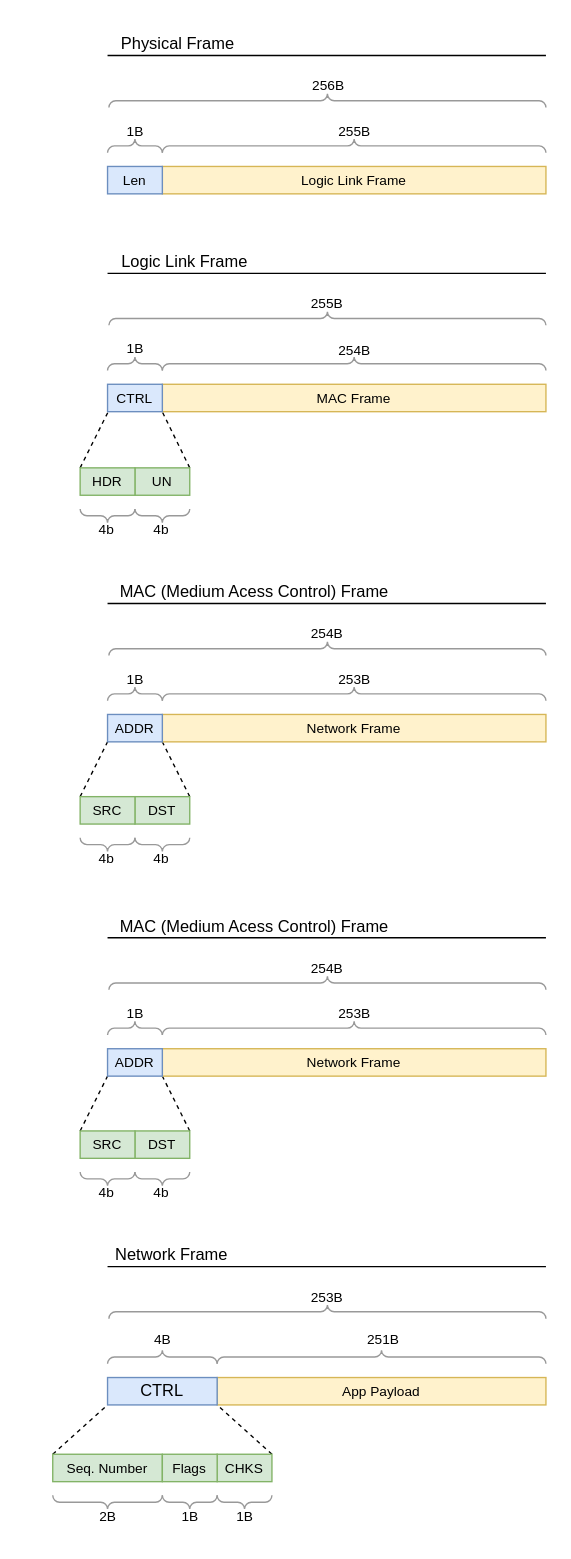
Before: page "Frames" (1 of 2) of Spec/LoRa.drawio in Ner027/MooFeeder, a draw.io diagram. Source tidied: cells renumbered, new cells numbered last; positions are measured from the earlier drawing's top-left corner, leaving out a move shared by most shapes. Both pictures are drawn from the tidied source at 137%, with x=0, y=0 at pixel (30, 23).
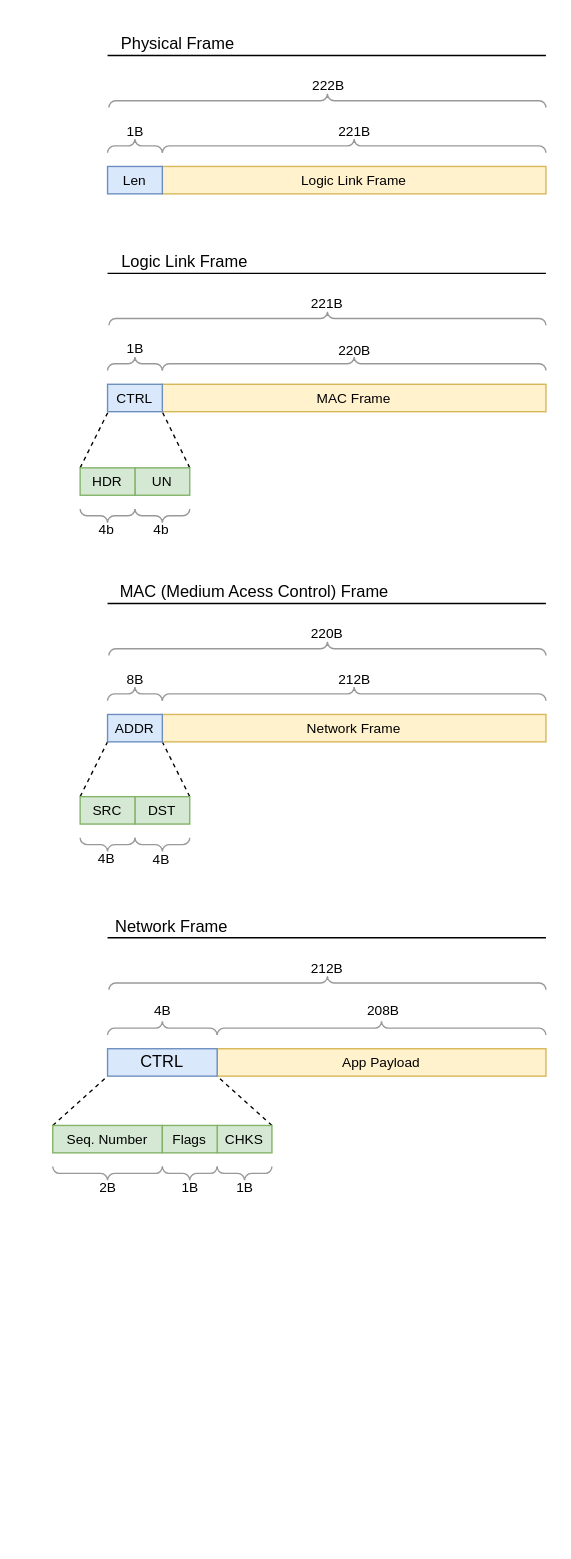
After the change.

What changed in the source:
```diff
@@
     <mxCell id="3" style="endArrow=none;dashed=1;html=1;rounded=0;entryX=0;entryY=1;entryDx=0;entryDy=0;" parent="1" edge="1" target="69">
       <mxGeometry relative="1" as="geometry">
-        <mxPoint x="16" y="1044" as="sourcePoint" />
+        <mxPoint x="16" y="804" as="sourcePoint" />
       </mxGeometry>
     </mxCell>
@@
-    <mxCell id="12" value="&lt;font style=&quot;font-size: 10px;&quot;&gt;256B&lt;/font&gt;" style="text;html=1;align=center;verticalAlign=middle;strokeColor=none;fillColor=none;" parent="1" vertex="1">
+    <mxCell id="12" value="&lt;font style=&quot;font-size: 10px;&quot;&gt;222B&lt;/font&gt;" style="text;html=1;align=center;verticalAlign=middle;strokeColor=none;fillColor=none;" parent="1" vertex="1">
       <mxGeometry x="192" y="30" width="50" height="30" as="geometry" />
     </mxCell>
@@
-    <mxCell id="14" value="&lt;blockquote style=&quot;margin: 0 0 0 40px; border: none; padding: 0px;&quot;&gt;&lt;span style=&quot;font-size: 10px;&quot;&gt;255B&lt;/span&gt;&lt;/blockquote&gt;" style="text;html=1;align=center;verticalAlign=middle;strokeColor=none;fillColor=none;" parent="1" vertex="1">
+    <mxCell id="14" value="&lt;blockquote style=&quot;margin: 0 0 0 40px; border: none; padding: 0px;&quot;&gt;&lt;span style=&quot;font-size: 10px;&quot;&gt;221B&lt;/span&gt;&lt;/blockquote&gt;" style="text;html=1;align=center;verticalAlign=middle;strokeColor=none;fillColor=none;" parent="1" vertex="1">
       <mxGeometry x="171" y="63" width="90" height="30" as="geometry" />
     </mxCell>
@@
-    <mxCell id="22" value="&lt;font style=&quot;font-size: 10px;&quot;&gt;255B&lt;/font&gt;" style="text;html=1;align=center;verticalAlign=middle;strokeColor=none;fillColor=none;" parent="1" vertex="1">
+    <mxCell id="22" value="&lt;font style=&quot;font-size: 10px;&quot;&gt;221B&lt;/font&gt;" style="text;html=1;align=center;verticalAlign=middle;strokeColor=none;fillColor=none;" parent="1" vertex="1">
       <mxGeometry x="191" y="189" width="50" height="30" as="geometry" />
     </mxCell>
@@
-    <mxCell id="32" value="&lt;font style=&quot;font-size: 10px;&quot;&gt;254B&lt;/font&gt;" style="text;html=1;align=center;verticalAlign=middle;strokeColor=none;fillColor=none;" parent="1" vertex="1">
+    <mxCell id="32" value="&lt;font style=&quot;font-size: 10px;&quot;&gt;220B&lt;/font&gt;" style="text;html=1;align=center;verticalAlign=middle;strokeColor=none;fillColor=none;" parent="1" vertex="1">
       <mxGeometry x="211" y="223" width="50" height="30" as="geometry" />
     </mxCell>
@@
-    <mxCell id="38" value="&lt;font style=&quot;font-size: 10px;&quot;&gt;254B&lt;/font&gt;" style="text;html=1;align=center;verticalAlign=middle;strokeColor=none;fillColor=none;" parent="1" vertex="1">
+    <mxCell id="38" value="&lt;font style=&quot;font-size: 10px;&quot;&gt;220B&lt;/font&gt;" style="text;html=1;align=center;verticalAlign=middle;strokeColor=none;fillColor=none;" parent="1" vertex="1">
       <mxGeometry x="191" y="430" width="50" height="30" as="geometry" />
     </mxCell>
@@
-    <mxCell id="42" value="&lt;font style=&quot;font-size: 10px;&quot;&gt;253B&lt;/font&gt;" style="text;html=1;align=center;verticalAlign=middle;strokeColor=none;fillColor=none;" parent="1" vertex="1">
+    <mxCell id="42" value="&lt;font style=&quot;font-size: 10px;&quot;&gt;212B&lt;/font&gt;" style="text;html=1;align=center;verticalAlign=middle;strokeColor=none;fillColor=none;" parent="1" vertex="1">
       <mxGeometry x="211" y="463" width="50" height="30" as="geometry" />
     </mxCell>
-    <mxCell id="43" value="&lt;font style=&quot;font-size: 10px;&quot;&gt;1B&lt;/font&gt;" style="text;html=1;align=center;verticalAlign=middle;strokeColor=none;fillColor=none;" parent="1" vertex="1">
+    <mxCell id="43" value="&lt;font style=&quot;font-size: 10px;&quot;&gt;8B&lt;/font&gt;" style="text;html=1;align=center;verticalAlign=middle;strokeColor=none;fillColor=none;" parent="1" vertex="1">
       <mxGeometry x="56" y="463" width="40" height="30" as="geometry" />
     </mxCell>
@@
-    <mxCell id="48" value="&lt;blockquote style=&quot;margin: 0 0 0 40px; border: none; padding: 0px;&quot;&gt;&lt;span style=&quot;font-size: 10px;&quot;&gt;4b&lt;/span&gt;&lt;/blockquote&gt;" style="text;html=1;align=center;verticalAlign=middle;strokeColor=none;fillColor=none;" parent="1" vertex="1">
-      <mxGeometry y="594" width="70" height="30" as="geometry" />
+    <mxCell id="48" value="&lt;blockquote style=&quot;margin: 0 0 0 40px; border: none; padding: 0px;&quot;&gt;&lt;span style=&quot;font-size: 10px;&quot;&gt;4B&lt;/span&gt;&lt;/blockquote&gt;" style="text;html=1;align=center;verticalAlign=middle;strokeColor=none;fillColor=none;" parent="1" vertex="1">
+      <mxGeometry x="-5" y="594" width="80" height="30" as="geometry" />
     </mxCell>
-    <mxCell id="49" value="&lt;blockquote style=&quot;margin: 0 0 0 40px; border: none; padding: 0px;&quot;&gt;&lt;span style=&quot;font-size: 10px;&quot;&gt;4b&lt;/span&gt;&lt;/blockquote&gt;" style="text;html=1;align=center;verticalAlign=middle;strokeColor=none;fillColor=none;" parent="1" vertex="1">
-      <mxGeometry x="40" y="594" width="70" height="30" as="geometry" />
-    </mxCell>
-    <mxCell id="50" style="endArrow=none;dashed=1;html=1;rounded=0;exitX=0;exitY=0;exitDx=0;exitDy=0;" parent="1" edge="1" source="63">
-      <mxGeometry relative="1" as="geometry">
-        <mxPoint x="57" y="766" as="targetPoint" />
-      </mxGeometry>
-    </mxCell>
-    <mxCell id="51" style="endArrow=none;dashed=1;html=1;rounded=0;entryX=0.987;entryY=0.955;entryDx=0;entryDy=0;exitX=1;exitY=0;exitDx=0;exitDy=0;entryPerimeter=0;" parent="1" edge="1" source="62">
-      <mxGeometry relative="1" as="geometry">
-        <mxPoint x="95" y="766" as="targetPoint" />
-      </mxGeometry>
-    </mxCell>
-    <mxCell id="52" value="&lt;font style=&quot;font-size: 10px;&quot;&gt;Network Frame&lt;/font&gt;" style="rounded=0;whiteSpace=wrap;html=1;fillColor=#fff2cc;strokeColor=#d6b656;" parent="1" vertex="1">
-      <mxGeometry x="96" y="748" width="280" height="20" as="geometry" />
-    </mxCell>
-    <mxCell id="53" value="&lt;font style=&quot;font-size: 10px;&quot;&gt;ADDR&lt;/font&gt;" style="rounded=0;whiteSpace=wrap;html=1;fillColor=#dae8fc;strokeColor=#6c8ebf;" parent="1" vertex="1">
-      <mxGeometry x="56" y="748" width="40" height="20" as="geometry" />
-    </mxCell>
-    <mxCell id="54" style="verticalLabelPosition=bottom;shadow=0;dashed=0;align=center;html=1;verticalAlign=top;strokeWidth=1;shape=mxgraph.mockup.markup.curlyBrace;whiteSpace=wrap;strokeColor=#999999;" parent="1" vertex="1">
-      <mxGeometry x="56" y="723" width="40" height="20" as="geometry" />
-    </mxCell>
-    <mxCell id="55" style="verticalLabelPosition=bottom;shadow=0;dashed=0;align=center;html=1;verticalAlign=top;strokeWidth=1;shape=mxgraph.mockup.markup.curlyBrace;whiteSpace=wrap;strokeColor=#999999;" parent="1" vertex="1">
-      <mxGeometry x="96" y="728" width="280" height="10" as="geometry" />
-    </mxCell>
-    <mxCell id="56" value="&lt;font style=&quot;font-size: 10px;&quot;&gt;254B&lt;/font&gt;" style="text;html=1;align=center;verticalAlign=middle;strokeColor=none;fillColor=none;" parent="1" vertex="1">
-      <mxGeometry x="191" y="674" width="50" height="30" as="geometry" />
-    </mxCell>
-    <mxCell id="57" style="endArrow=none;html=1;rounded=0;" parent="1" edge="1">
-      <mxGeometry relative="1" as="geometry">
-        <mxPoint x="56" y="667" as="sourcePoint" />
-        <mxPoint x="376" y="667" as="targetPoint" />
-      </mxGeometry>
-    </mxCell>
-    <mxCell id="58" value="&amp;nbsp;MAC (Medium Acess Control) Frame" style="text;html=1;align=left;verticalAlign=middle;strokeColor=none;fillColor=none;" parent="1" vertex="1">
-      <mxGeometry x="60" y="644" width="220" height="30" as="geometry" />
-    </mxCell>
-    <mxCell id="59" style="verticalLabelPosition=bottom;shadow=0;dashed=0;align=center;html=1;verticalAlign=top;strokeWidth=1;shape=mxgraph.mockup.markup.curlyBrace;whiteSpace=wrap;strokeColor=#999999;" parent="1" vertex="1">
-      <mxGeometry x="57" y="695" width="319" height="10" as="geometry" />
-    </mxCell>
-    <mxCell id="60" value="&lt;font style=&quot;font-size: 10px;&quot;&gt;253B&lt;/font&gt;" style="text;html=1;align=center;verticalAlign=middle;strokeColor=none;fillColor=none;" parent="1" vertex="1">
-      <mxGeometry x="211" y="707" width="50" height="30" as="geometry" />
-    </mxCell>
-    <mxCell id="61" value="&lt;font style=&quot;font-size: 10px;&quot;&gt;1B&lt;/font&gt;" style="text;html=1;align=center;verticalAlign=middle;strokeColor=none;fillColor=none;" parent="1" vertex="1">
-      <mxGeometry x="56" y="707" width="40" height="30" as="geometry" />
-    </mxCell>
-    <mxCell id="62" value="&lt;font style=&quot;font-size: 10px;&quot;&gt;DST&lt;/font&gt;" style="rounded=0;whiteSpace=wrap;html=1;fillColor=#d5e8d4;strokeColor=#82b366;" parent="1" vertex="1">
-      <mxGeometry x="76" y="808" width="40" height="20" as="geometry" />
-    </mxCell>
-    <mxCell id="63" value="&lt;font style=&quot;font-size: 10px;&quot;&gt;SRC&lt;/font&gt;" style="rounded=0;whiteSpace=wrap;html=1;fillColor=#d5e8d4;strokeColor=#82b366;" parent="1" vertex="1">
-      <mxGeometry x="36" y="808" width="40" height="20" as="geometry" />
-    </mxCell>
-    <mxCell id="64" style="verticalLabelPosition=bottom;shadow=0;dashed=0;align=center;html=1;verticalAlign=top;strokeWidth=1;shape=mxgraph.mockup.markup.curlyBrace;whiteSpace=wrap;strokeColor=#999999;rotation=-180;" parent="1" vertex="1">
-      <mxGeometry x="36" y="833" width="40" height="20" as="geometry" />
-    </mxCell>
-    <mxCell id="65" style="verticalLabelPosition=bottom;shadow=0;dashed=0;align=center;html=1;verticalAlign=top;strokeWidth=1;shape=mxgraph.mockup.markup.curlyBrace;whiteSpace=wrap;strokeColor=#999999;rotation=-180;" parent="1" vertex="1">
-      <mxGeometry x="76" y="834" width="40" height="18" as="geometry" />
-    </mxCell>
-    <mxCell id="66" value="&lt;blockquote style=&quot;margin: 0 0 0 40px; border: none; padding: 0px;&quot;&gt;&lt;span style=&quot;font-size: 10px;&quot;&gt;4b&lt;/span&gt;&lt;/blockquote&gt;" style="text;html=1;align=center;verticalAlign=middle;strokeColor=none;fillColor=none;" parent="1" vertex="1">
-      <mxGeometry y="838" width="70" height="30" as="geometry" />
-    </mxCell>
-    <mxCell id="67" value="&lt;blockquote style=&quot;margin: 0 0 0 40px; border: none; padding: 0px;&quot;&gt;&lt;span style=&quot;font-size: 10px;&quot;&gt;4b&lt;/span&gt;&lt;/blockquote&gt;" style="text;html=1;align=center;verticalAlign=middle;strokeColor=none;fillColor=none;" parent="1" vertex="1">
-      <mxGeometry x="40" y="838" width="70" height="30" as="geometry" />
-    </mxCell>
     <mxCell id="68" value="&lt;span style=&quot;font-size: 10px;&quot;&gt;App Payload&lt;/span&gt;" style="rounded=0;whiteSpace=wrap;html=1;fillColor=#fff2cc;strokeColor=#d6b656;" parent="1" vertex="1">
-      <mxGeometry x="136" y="988" width="240" height="20" as="geometry" />
+      <mxGeometry x="136" y="748" width="240" height="20" as="geometry" />
     </mxCell>
     <mxCell id="69" value="CTRL" style="rounded=0;whiteSpace=wrap;html=1;fillColor=#dae8fc;strokeColor=#6c8ebf;" parent="1" vertex="1">
-      <mxGeometry x="56" y="988" width="80" height="20" as="geometry" />
+      <mxGeometry x="56" y="748" width="80" height="20" as="geometry" />
     </mxCell>
     <mxCell id="70" style="verticalLabelPosition=bottom;shadow=0;dashed=0;align=center;html=1;verticalAlign=top;strokeWidth=1;shape=mxgraph.mockup.markup.curlyBrace;whiteSpace=wrap;strokeColor=#999999;" parent="1" vertex="1">
-      <mxGeometry x="56" y="968" width="80" height="10" as="geometry" />
+      <mxGeometry x="56" y="728" width="80" height="10" as="geometry" />
     </mxCell>
     <mxCell id="71" style="verticalLabelPosition=bottom;shadow=0;dashed=0;align=center;html=1;verticalAlign=top;strokeWidth=1;shape=mxgraph.mockup.markup.curlyBrace;whiteSpace=wrap;strokeColor=#999999;" parent="1" vertex="1">
-      <mxGeometry x="136" y="968" width="240" height="10" as="geometry" />
+      <mxGeometry x="136" y="728" width="240" height="10" as="geometry" />
     </mxCell>
-    <mxCell id="72" value="&lt;font style=&quot;font-size: 10px;&quot;&gt;253B&lt;/font&gt;" style="text;html=1;align=center;verticalAlign=middle;strokeColor=none;fillColor=none;" parent="1" vertex="1">
-      <mxGeometry x="191" y="914" width="50" height="30" as="geometry" />
+    <mxCell id="72" value="&lt;font style=&quot;font-size: 10px;&quot;&gt;212B&lt;/font&gt;" style="text;html=1;align=center;verticalAlign=middle;strokeColor=none;fillColor=none;" parent="1" vertex="1">
+      <mxGeometry x="191" y="674" width="50" height="30" as="geometry" />
     </mxCell>
     <mxCell id="73" style="endArrow=none;html=1;rounded=0;" parent="1" edge="1">
       <mxGeometry relative="1" as="geometry">
-        <mxPoint x="56" y="907" as="sourcePoint" />
-        <mxPoint x="376" y="907" as="targetPoint" />
+        <mxPoint x="56" y="667" as="sourcePoint" />
+        <mxPoint x="376" y="667" as="targetPoint" />
       </mxGeometry>
     </mxCell>
     <mxCell id="74" value="Network Frame" style="text;html=1;align=left;verticalAlign=middle;strokeColor=none;fillColor=none;" parent="1" vertex="1">
-      <mxGeometry x="60" y="884" width="110" height="30" as="geometry" />
+      <mxGeometry x="60" y="644" width="110" height="30" as="geometry" />
     </mxCell>
     <mxCell id="75" style="verticalLabelPosition=bottom;shadow=0;dashed=0;align=center;html=1;verticalAlign=top;strokeWidth=1;shape=mxgraph.mockup.markup.curlyBrace;whiteSpace=wrap;strokeColor=#999999;" parent="1" vertex="1">
-      <mxGeometry x="57" y="935" width="319" height="10" as="geometry" />
+      <mxGeometry x="57" y="695" width="319" height="10" as="geometry" />
     </mxCell>
-    <mxCell id="76" value="&lt;font style=&quot;font-size: 10px;&quot;&gt;251B&lt;/font&gt;" style="text;html=1;align=center;verticalAlign=middle;strokeColor=none;fillColor=none;" parent="1" vertex="1">
-      <mxGeometry x="232" y="945" width="50" height="30" as="geometry" />
+    <mxCell id="76" value="&lt;font style=&quot;font-size: 10px;&quot;&gt;208B&lt;/font&gt;" style="text;html=1;align=center;verticalAlign=middle;strokeColor=none;fillColor=none;" parent="1" vertex="1">
+      <mxGeometry x="232" y="705" width="50" height="30" as="geometry" />
     </mxCell>
     <mxCell id="77" value="&lt;font style=&quot;font-size: 10px;&quot;&gt;4B&lt;br&gt;&lt;/font&gt;" style="text;html=1;align=center;verticalAlign=middle;strokeColor=none;fillColor=none;" parent="1" vertex="1">
-      <mxGeometry x="76" y="945" width="40" height="30" as="geometry" />
+      <mxGeometry x="76" y="705" width="40" height="30" as="geometry" />
     </mxCell>
     <mxCell id="78" value="&lt;span style=&quot;font-size: 10px;&quot;&gt;Seq. Number&lt;/span&gt;" style="rounded=0;whiteSpace=wrap;html=1;fillColor=#d5e8d4;strokeColor=#82b366;" parent="1" vertex="1">
-      <mxGeometry x="16" y="1044" width="80" height="20" as="geometry" />
+      <mxGeometry x="16" y="804" width="80" height="20" as="geometry" />
     </mxCell>
     <mxCell id="79" style="verticalLabelPosition=bottom;shadow=0;dashed=0;align=center;html=1;verticalAlign=top;strokeWidth=1;shape=mxgraph.mockup.markup.curlyBrace;whiteSpace=wrap;strokeColor=#999999;rotation=-180;" parent="1" vertex="1">
-      <mxGeometry x="16" y="1074" width="80" height="10" as="geometry" />
+      <mxGeometry x="16" y="834" width="80" height="10" as="geometry" />
     </mxCell>
     <mxCell id="80" value="&lt;span style=&quot;font-size: 10px;&quot;&gt;CHKS&lt;/span&gt;" style="rounded=0;whiteSpace=wrap;html=1;fillColor=#d5e8d4;strokeColor=#82b366;" parent="1" vertex="1">
-      <mxGeometry x="136" y="1044" width="40" height="20" as="geometry" />
+      <mxGeometry x="136" y="804" width="40" height="20" as="geometry" />
     </mxCell>
     <mxCell id="81" value="&lt;font style=&quot;font-size: 10px;&quot;&gt;Flags&lt;/font&gt;" style="rounded=0;whiteSpace=wrap;html=1;fillColor=#d5e8d4;strokeColor=#82b366;" parent="1" vertex="1">
-      <mxGeometry x="96" y="1044" width="40" height="20" as="geometry" />
+      <mxGeometry x="96" y="804" width="40" height="20" as="geometry" />
     </mxCell>
     <mxCell id="82" style="verticalLabelPosition=bottom;shadow=0;dashed=0;align=center;html=1;verticalAlign=top;strokeWidth=1;shape=mxgraph.mockup.markup.curlyBrace;whiteSpace=wrap;strokeColor=#999999;rotation=-180;" parent="1" vertex="1">
-      <mxGeometry x="96" y="1069" width="40" height="20" as="geometry" />
+      <mxGeometry x="96" y="829" width="40" height="20" as="geometry" />
     </mxCell>
     <mxCell id="83" style="verticalLabelPosition=bottom;shadow=0;dashed=0;align=center;html=1;verticalAlign=top;strokeWidth=1;shape=mxgraph.mockup.markup.curlyBrace;whiteSpace=wrap;strokeColor=#999999;rotation=-180;" parent="1" vertex="1">
-      <mxGeometry x="136" y="1070" width="40" height="18" as="geometry" />
+      <mxGeometry x="136" y="830" width="40" height="18" as="geometry" />
     </mxCell>
     <mxCell id="84" value="&lt;font style=&quot;font-size: 10px;&quot;&gt;2B&lt;br&gt;&lt;/font&gt;" style="text;html=1;align=center;verticalAlign=middle;strokeColor=none;fillColor=none;" parent="1" vertex="1">
-      <mxGeometry x="36" y="1074" width="40" height="30" as="geometry" />
+      <mxGeometry x="36" y="834" width="40" height="30" as="geometry" />
     </mxCell>
     <mxCell id="85" value="&lt;font style=&quot;font-size: 10px;&quot;&gt;1B&lt;br&gt;&lt;/font&gt;" style="text;html=1;align=center;verticalAlign=middle;strokeColor=none;fillColor=none;" parent="1" vertex="1">
-      <mxGeometry x="96" y="1074" width="40" height="30" as="geometry" />
+      <mxGeometry x="96" y="834" width="40" height="30" as="geometry" />
     </mxCell>
     <mxCell id="86" value="&lt;font style=&quot;font-size: 10px;&quot;&gt;1B&lt;br&gt;&lt;/font&gt;" style="text;html=1;align=center;verticalAlign=middle;strokeColor=none;fillColor=none;" parent="1" vertex="1">
-      <mxGeometry x="136" y="1074" width="40" height="30" as="geometry" />
+      <mxGeometry x="136" y="834" width="40" height="30" as="geometry" />
     </mxCell>
+    <mxCell id="87" value="&lt;blockquote style=&quot;margin: 0 0 0 40px; border: none; padding: 0px;&quot;&gt;&lt;span style=&quot;font-size: 10px;&quot;&gt;4B&lt;/span&gt;&lt;/blockquote&gt;" style="text;html=1;align=center;verticalAlign=middle;strokeColor=none;fillColor=none;" parent="1" vertex="1">
+      <mxGeometry x="35" y="595" width="80" height="30" as="geometry" />
+    </mxCell>
```
